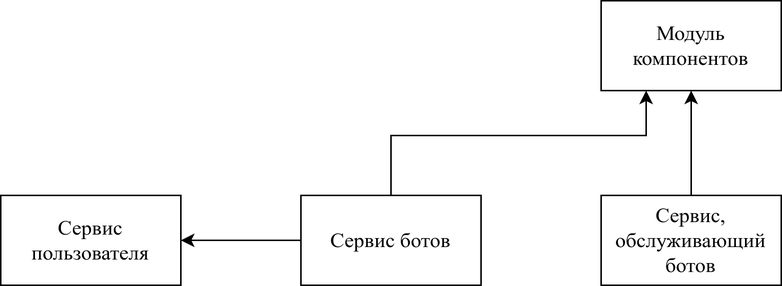
danilbushkov/my-diploma keeps this draw.io diagram as note/images/structures/server/mod.png. Above is the earlier version. Source tidied: cells renumbered, new cells last; positions are measured from the earlier drawing's top-left corner, leaving out a move shared by most shapes.
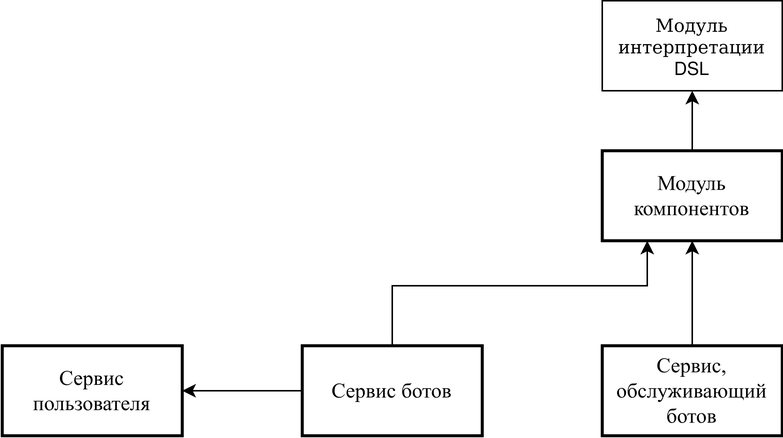
Above is the later version.

Change to the diagram source:
```diff
@@ -13,20 +13,26 @@
     <mxCell id="3" style="edgeStyle=orthogonalEdgeStyle;rounded=0;jettySize=auto;html=1;exitX=0;exitY=0.5;exitDx=0;exitDy=0;entryX=1;entryY=0.5;entryDx=0;entryDy=0;fontFamily=Times New Roman;fontSize=14;" parent="1" edge="1" source="4" target="8">
       <mxGeometry relative="1" as="geometry" />
     </mxCell>
-    <mxCell id="4" value="Сервис ботов" style="rounded=0;whiteSpace=wrap;html=1;fontFamily=Times New Roman;fontSize=14;" parent="1" vertex="1">
+    <mxCell id="4" value="Сервис ботов" style="rounded=0;whiteSpace=wrap;html=1;fontFamily=Times New Roman;fontSize=14;strokeWidth=2;" parent="1" vertex="1">
       <mxGeometry x="200" y="130" width="120" height="60" as="geometry" />
     </mxCell>
     <mxCell id="5" style="edgeStyle=orthogonalEdgeStyle;rounded=0;jettySize=auto;html=1;exitX=0.5;exitY=0;exitDx=0;exitDy=0;entryX=0.5;entryY=1;entryDx=0;entryDy=0;fontFamily=Times New Roman;fontSize=14;" parent="1" edge="1" source="6" target="7">
       <mxGeometry relative="1" as="geometry" />
     </mxCell>
-    <mxCell id="6" value="&lt;div style=&quot;font-size: 14px;&quot;&gt;Сервис, обслуживающий&lt;/div&gt;&lt;div style=&quot;font-size: 14px;&quot;&gt;ботов&lt;br style=&quot;font-size: 14px;&quot;&gt;&lt;/div&gt;" style="rounded=0;whiteSpace=wrap;html=1;fontFamily=Times New Roman;fontSize=14;" parent="1" vertex="1">
+    <mxCell id="6" value="&lt;div style=&quot;font-size: 14px;&quot;&gt;Сервис, обслуживающий&lt;/div&gt;&lt;div style=&quot;font-size: 14px;&quot;&gt;ботов&lt;br style=&quot;font-size: 14px;&quot;&gt;&lt;/div&gt;" style="rounded=0;whiteSpace=wrap;html=1;fontFamily=Times New Roman;fontSize=14;strokeWidth=2;" parent="1" vertex="1">
       <mxGeometry x="400" y="130" width="120" height="60" as="geometry" />
     </mxCell>
+    <mxCell id="9" style="edgeStyle=orthogonalEdgeStyle;rounded=0;jettySize=auto;html=1;exitX=0.5;exitY=0;exitDx=0;exitDy=0;entryX=0.5;entryY=1;entryDx=0;entryDy=0;" parent="1" edge="1" source="7" target="10">
+      <mxGeometry relative="1" as="geometry" />
+    </mxCell>
-    <mxCell id="7" value="&lt;div style=&quot;font-size: 14px;&quot;&gt;Модуль компонентов&lt;br style=&quot;font-size: 14px;&quot;&gt;&lt;/div&gt;" style="rounded=0;whiteSpace=wrap;html=1;fontFamily=Times New Roman;fontSize=14;" parent="1" vertex="1">
+    <mxCell id="7" value="&lt;div style=&quot;font-size: 14px;&quot;&gt;Модуль компонентов&lt;br style=&quot;font-size: 14px;&quot;&gt;&lt;/div&gt;" style="rounded=0;whiteSpace=wrap;html=1;fontFamily=Times New Roman;fontSize=14;strokeWidth=2;" parent="1" vertex="1">
       <mxGeometry x="400" width="120" height="60" as="geometry" />
     </mxCell>
-    <mxCell id="8" value="Сервис пользователя" style="rounded=0;whiteSpace=wrap;html=1;fontFamily=Times New Roman;fontSize=14;" parent="1" vertex="1">
+    <mxCell id="8" value="Сервис пользователя" style="rounded=0;whiteSpace=wrap;html=1;fontFamily=Times New Roman;fontSize=14;strokeWidth=2;" parent="1" vertex="1">
       <mxGeometry y="130" width="120" height="60" as="geometry" />
     </mxCell>
+    <mxCell id="10" value="Модуль интерпретации DSL" style="rounded=0;whiteSpace=wrap;html=1;" parent="1" vertex="1">
+      <mxGeometry x="400" y="-100" width="120" height="60" as="geometry" />
+    </mxCell>
   </root>
 </mxGraphModel>
```
